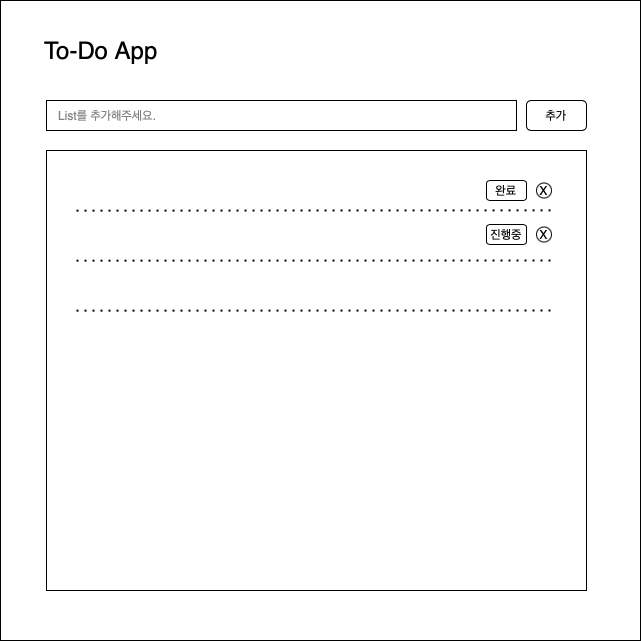
imaneya/clush-todo-frontend keeps this draw.io diagram as design/To-Do App To-Do List WireFrame.png. Above is the earlier version. Source tidied: cells renumbered, new cells last; positions are measured from the earlier drawing's top-left corner, leaving out a move shared by most shapes.
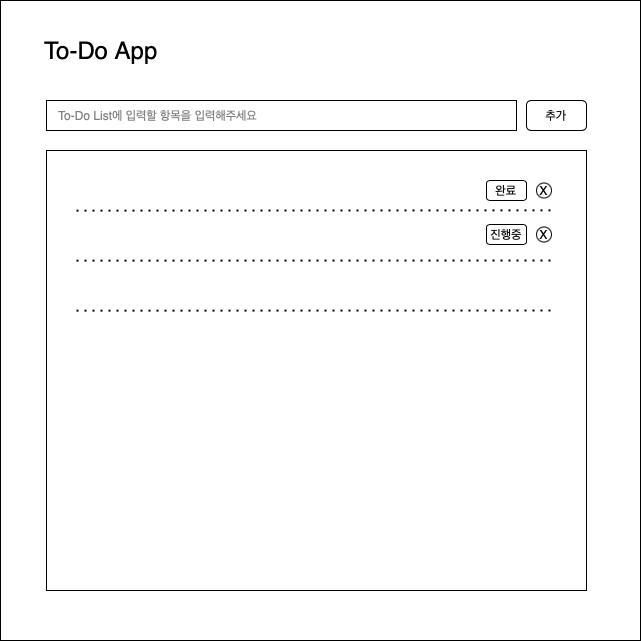
The same file after the commit.

The edit, as a diff of the source:
```diff
@@ -8,7 +8,7 @@
     <mxCell id="3" value="&lt;font style=&quot;font-size: 24px;&quot;&gt;To-Do App&lt;/font&gt;" style="rounded=0;whiteSpace=wrap;html=1;strokeColor=none;" parent="1" vertex="1">
       <mxGeometry x="36" y="20" width="130" height="60" as="geometry" />
     </mxCell>
-    <mxCell id="4" value="List를 추가해주세요." style="rounded=0;whiteSpace=wrap;html=1;align=left;spacingLeft=10;fontColor=#808080;" parent="1" vertex="1">
+    <mxCell id="4" value="To-Do List에 입력할 항목을 입력해주세요" style="rounded=0;whiteSpace=wrap;html=1;align=left;spacingLeft=10;fontColor=#808080;" parent="1" vertex="1">
       <mxGeometry x="46" y="100" width="470" height="30" as="geometry" />
     </mxCell>
     <mxCell id="5" value="추가" style="rounded=1;whiteSpace=wrap;html=1;" parent="1" vertex="1">
```
